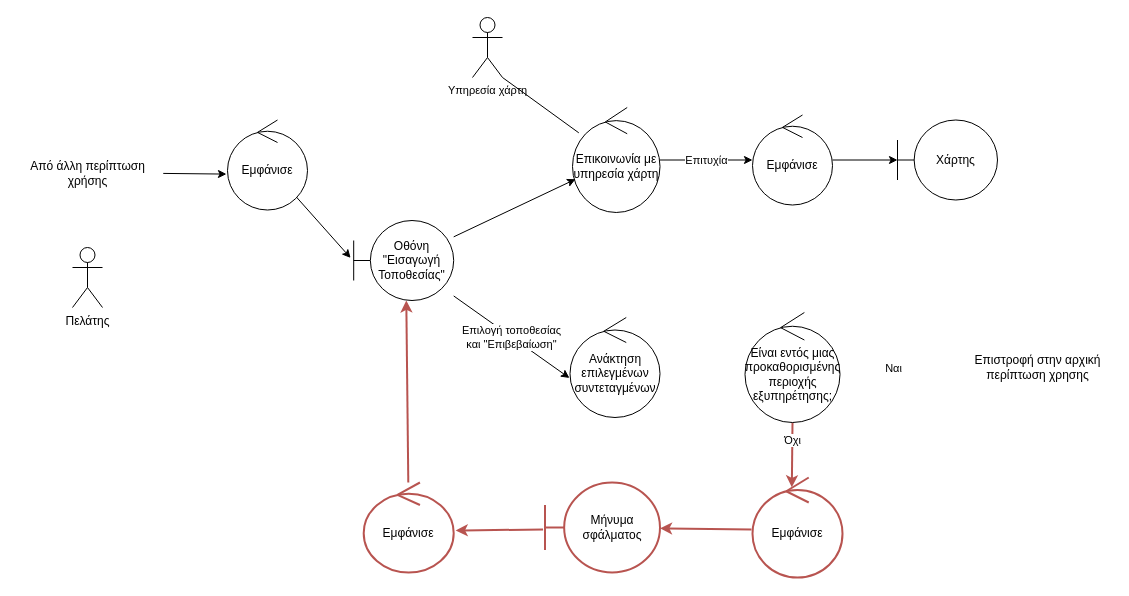
Nikolis2002/texnoligia_logismikou keeps this draw.io diagram as Part_2/Robustness/diagrams/13_Εισαγωγή_Τοποθεσίας.drawio. Above is the earlier version. Source tidied: cells renumbered, new cells numbered last; positions are measured from the earlier drawing's top-left corner, leaving out a move shared by most shapes. Both pictures are drawn from the tidied source at 100%, with x=0, y=0 at pixel (17, 17).
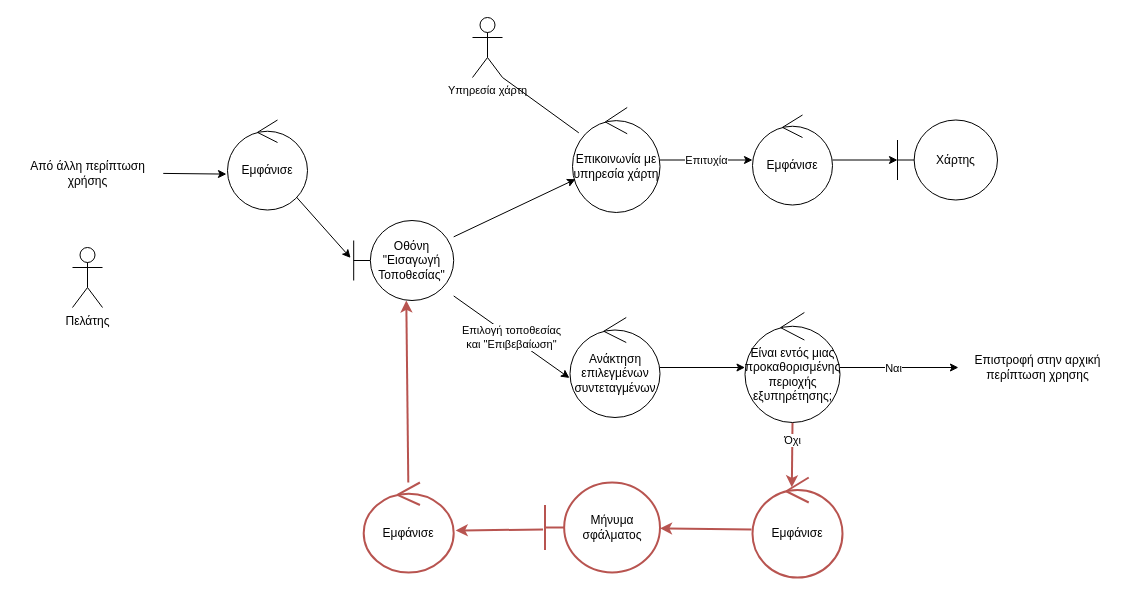
After the change.

Unchanged cells that the change refers to:
```xml
<mxCell id="10" value="Ανάκτηση επιλεγμένων συντεταγμένων" style="ellipse;shape=umlControl;whiteSpace=wrap;html=1;" parent="1" vertex="1">
  <mxGeometry x="552.5" y="300" width="90" height="100" as="geometry" />
</mxCell>
<mxCell id="15" value="Είναι εντός μιας προκαθορισμένης περιοχής εξυπηρέτησης;" style="ellipse;shape=umlControl;whiteSpace=wrap;html=1;" parent="1" vertex="1">
  <mxGeometry x="727.5" y="295" width="95" height="110" as="geometry" />
</mxCell>
<mxCell id="24" value="Επιστροφή στην αρχική&lt;br&gt;περίπτωση χρησης" style="text;html=1;align=center;verticalAlign=middle;points=[];strokeColor=none;fillColor=none;" parent="1" vertex="1">
  <mxGeometry x="945" y="330" width="150" height="40" as="geometry" />
</mxCell>
```

The edit, as a diff of the source:
```diff
@@
-    <mxCell id="9" style="edgeStyle=none;html=1;strokeColor=#FFFFFF;" parent="1" edge="1" source="10" target="15">
+    <mxCell id="9" style="edgeStyle=none;html=1;strokeColor=default;" parent="1" edge="1" source="10" target="15">
       <mxGeometry relative="1" as="geometry" />
     </mxCell>
@@
-    <mxCell id="11" style="edgeStyle=none;html=1;strokeColor=#FFFFFF;entryX=-0.027;entryY=0.5;entryDx=0;entryDy=0;entryPerimeter=0;" parent="1" edge="1" source="15" target="24">
+    <mxCell id="11" style="edgeStyle=none;html=1;strokeColor=default;entryX=-0.027;entryY=0.5;entryDx=0;entryDy=0;entryPerimeter=0;" parent="1" edge="1" source="15" target="24">
       <mxGeometry relative="1" as="geometry" />
     </mxCell>
```
